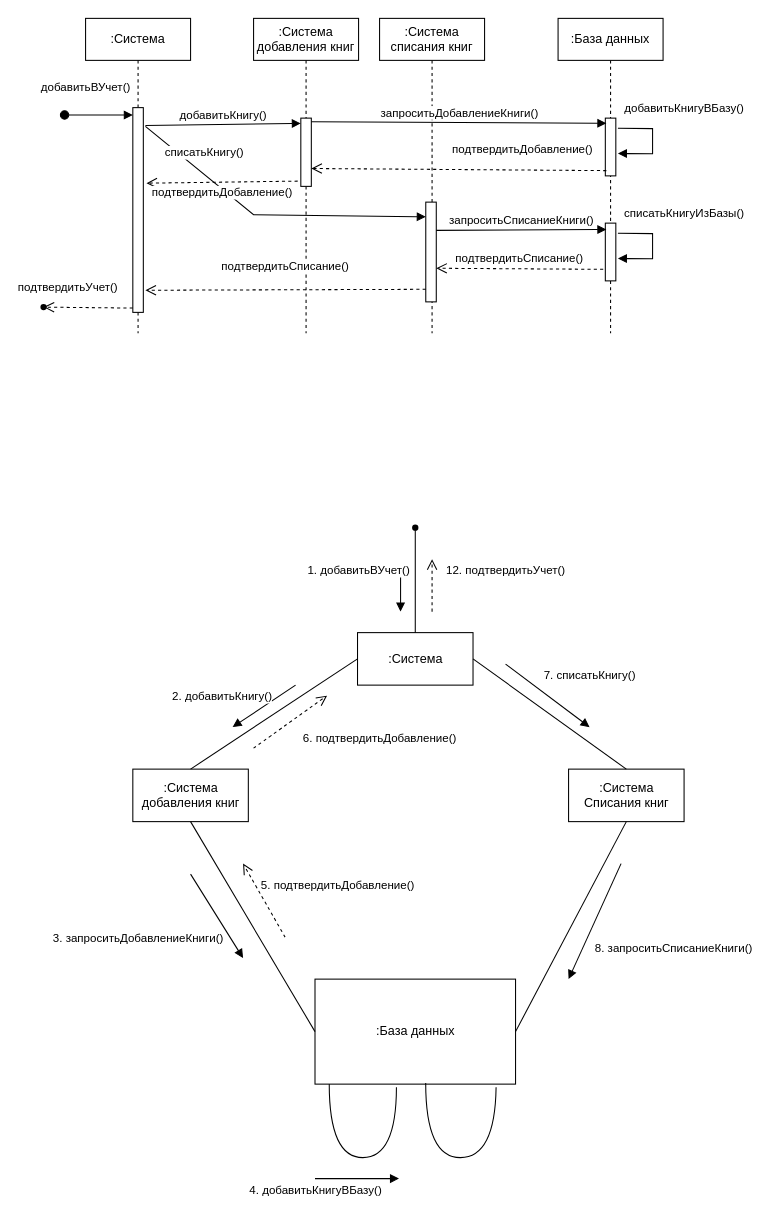
Earlier version of the draw.io diagram Четвертая практика.drawio (sergkhr/VUZsystemModeling). Source tidied: cells renumbered, new cells numbered last; positions are measured from the earlier drawing's top-left corner, leaving out a move shared by most shapes. Both pictures are drawn from the tidied source at 105%, with x=0, y=0 at pixel (22, 18).
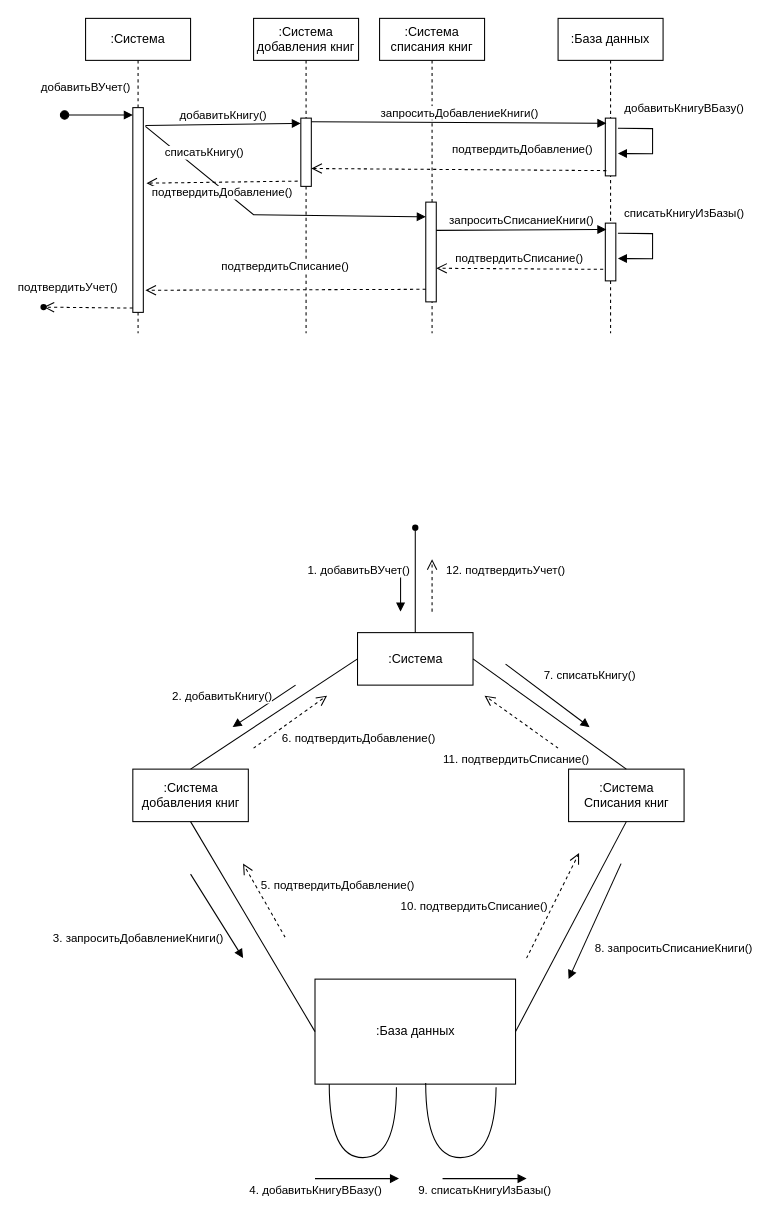
After the change.

What changed in the source:
```diff
@@
     <mxCell id="42" value="6. подтвердитьДобавление()" style="html=1;verticalAlign=bottom;endArrow=open;dashed=1;endSize=8;rounded=0;curved=1;" parent="1" edge="1">
-      <mxGeometry x="1" y="-71" relative="1" as="geometry">
+      <mxGeometry x="0.89" y="-58" relative="1" as="geometry">
         <mxPoint x="220" y="695" as="sourcePoint" />
         <mxPoint x="290" y="645" as="targetPoint" />
-        <mxPoint x="9" y="-8" as="offset" />
       </mxGeometry>
     </mxCell>
@@
+    <mxCell id="45" value="9. списатьКнигуИзБазы()" style="html=1;verticalAlign=bottom;endArrow=block;rounded=0;curved=1;" parent="1" edge="1">
+      <mxGeometry y="-20" relative="1" as="geometry">
+        <mxPoint x="400" y="1105" as="sourcePoint" />
+        <mxPoint x="480" y="1105" as="targetPoint" />
+      </mxGeometry>
+    </mxCell>
+    <mxCell id="46" value="10. подтвердитьСписание()" style="html=1;verticalAlign=bottom;endArrow=open;dashed=1;endSize=8;rounded=0;curved=1;" parent="1" edge="1">
+      <mxGeometry x="-0.76" y="63" relative="1" as="geometry">
+        <mxPoint x="480" y="895" as="sourcePoint" />
+        <mxPoint x="530" y="795" as="targetPoint" />
+        <mxPoint x="1" as="offset" />
+      </mxGeometry>
+    </mxCell>
+    <mxCell id="47" value="11. подтвердитьСписание()" style="html=1;verticalAlign=bottom;endArrow=open;dashed=1;endSize=8;rounded=0;curved=1;" parent="1" edge="1">
+      <mxGeometry x="-0.51" y="40" relative="1" as="geometry">
+        <mxPoint x="510" y="695" as="sourcePoint" />
+        <mxPoint x="440" y="645" as="targetPoint" />
+      </mxGeometry>
+    </mxCell>
```
